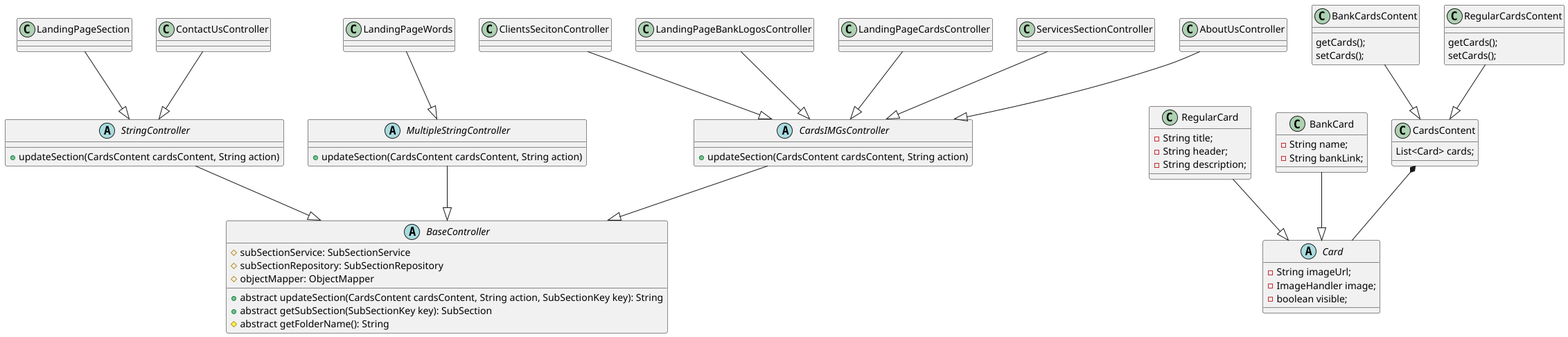
aamer867/el.waleed-api keeps this PlantUML diagram as docs/uml/Controllers-0.png. Above is the earlier version.
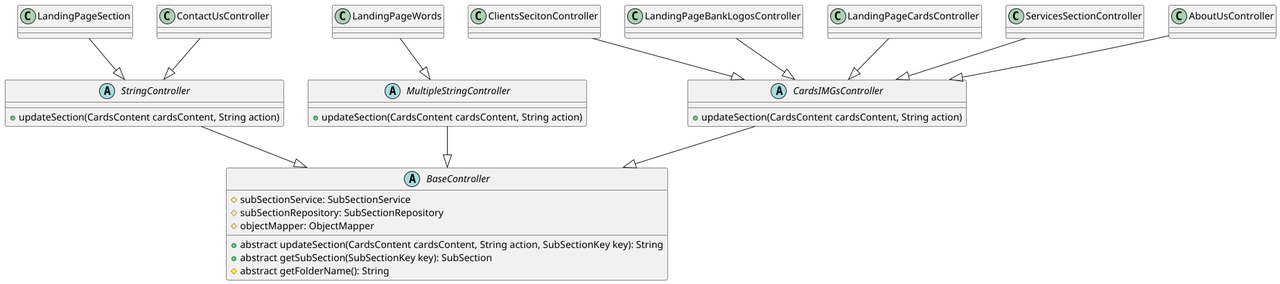
The same diagram one commit later.

Change to the diagram source:
```diff
@@ -32,42 +32,4 @@
 LandingPageCardsController --|> CardsIMGsController
 ServicesSectionController --|> CardsIMGsController
 AboutUsController --|> CardsIMGsController
-
-
-Abstract class Card {
-    - String imageUrl;
-    - ImageHandler image;
-    - boolean visible;
-
-}
-
-class RegularCard {
-    - String title;
-    - String header;
-    - String description;
-}
-
-class BankCard {
-    - String name;
-    - String bankLink;
-}
-
-class CardsContent {
-    List<Card> cards;
-}
-class BankCardsContent {
-    getCards();
-    setCards();
-}
-class RegularCardsContent {
-    getCards();
-    setCards();
-}
-
-CardsContent *-- Card
-BankCard --|> Card
-RegularCard --|> Card
-BankCardsContent --|> CardsContent
-RegularCardsContent --|> CardsContent
-
 @enduml
```
